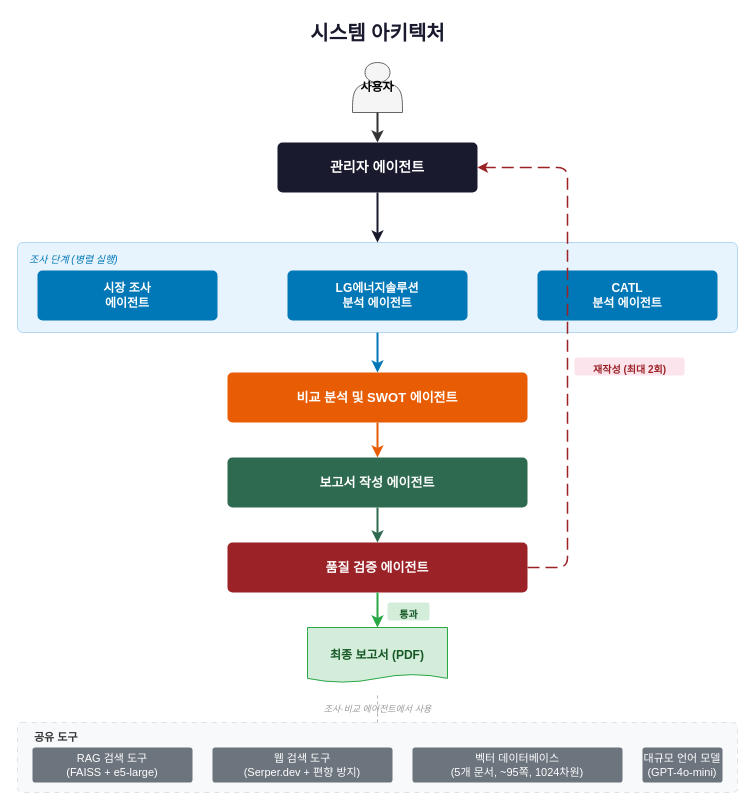
Earlier version of the draw.io diagram docs/01_system_architecture.drawio (Vsco-Lab/vsco-prototype-2). Source tidied: cells renumbered, new cells numbered last; positions are measured from the earlier drawing's top-left corner, leaving out a move shared by most shapes. Both pictures are drawn from the tidied source at 100%, with x=0, y=0 at pixel (17, 17).
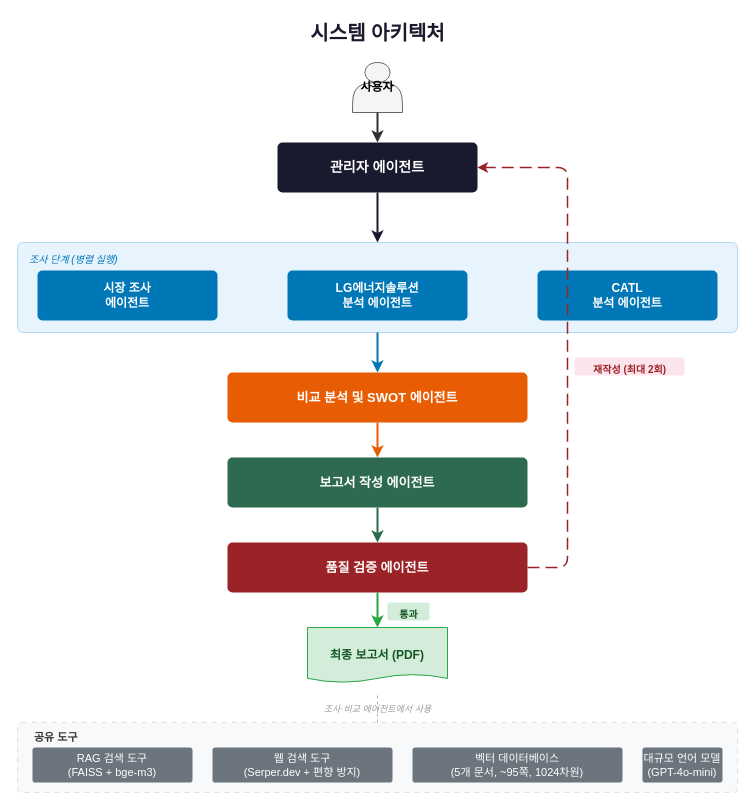
After the change.

The edit, as a diff of the source:
```diff
@@
-    <mxCell id="16" value="RAG 검색 도구&#10;(FAISS + e5-large)" style="rounded=1;fillColor=#6c757d;strokeColor=none;fontColor=#ffffff;fontSize=11;fontStyle=0;arcSize=8;whiteSpace=wrap;" parent="1" vertex="1">
+    <mxCell id="16" value="RAG 검색 도구&#10;(FAISS + bge-m3)" style="rounded=1;fillColor=#6c757d;strokeColor=none;fontColor=#ffffff;fontSize=11;fontStyle=0;arcSize=8;whiteSpace=wrap;" parent="1" vertex="1">
       <mxGeometry x="15" y="730" width="160" height="35" as="geometry" />
     </mxCell>
```
